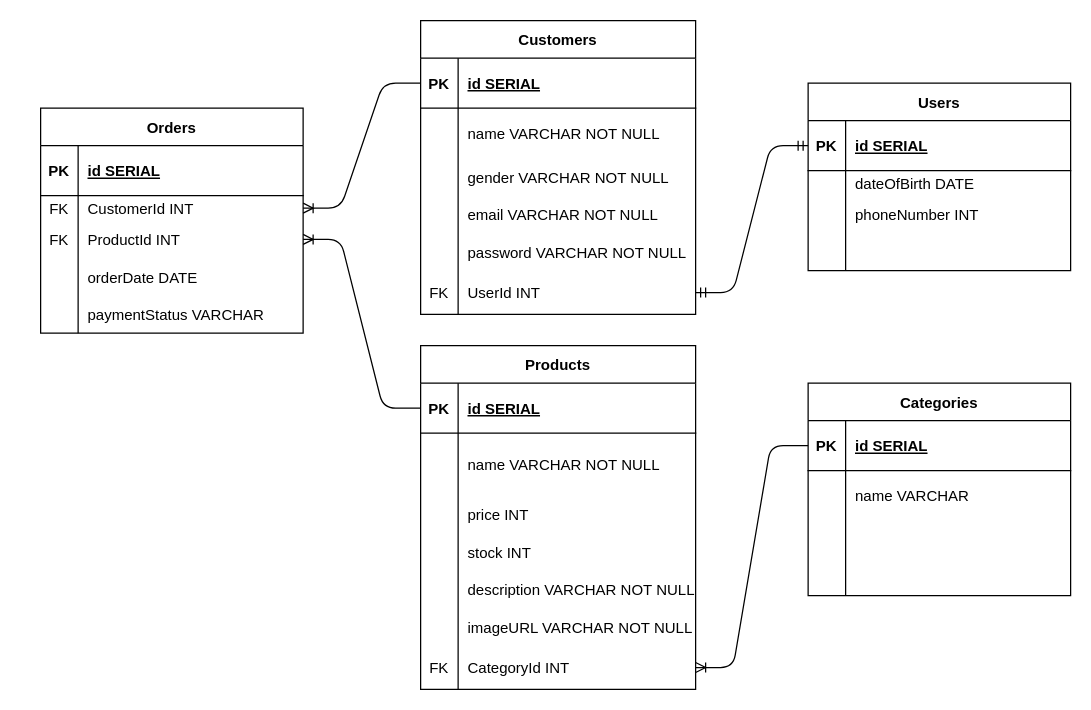
Before: E-Commerce.dio in syabinaaisyah/PairProject_Ecommerce, a draw.io diagram. Source tidied: cells renumbered, new cells numbered last; positions are measured from the earlier drawing's top-left corner, leaving out a move shared by most shapes. Both pictures are drawn from the tidied source at 125%, with x=0, y=0 at pixel (40, 20).
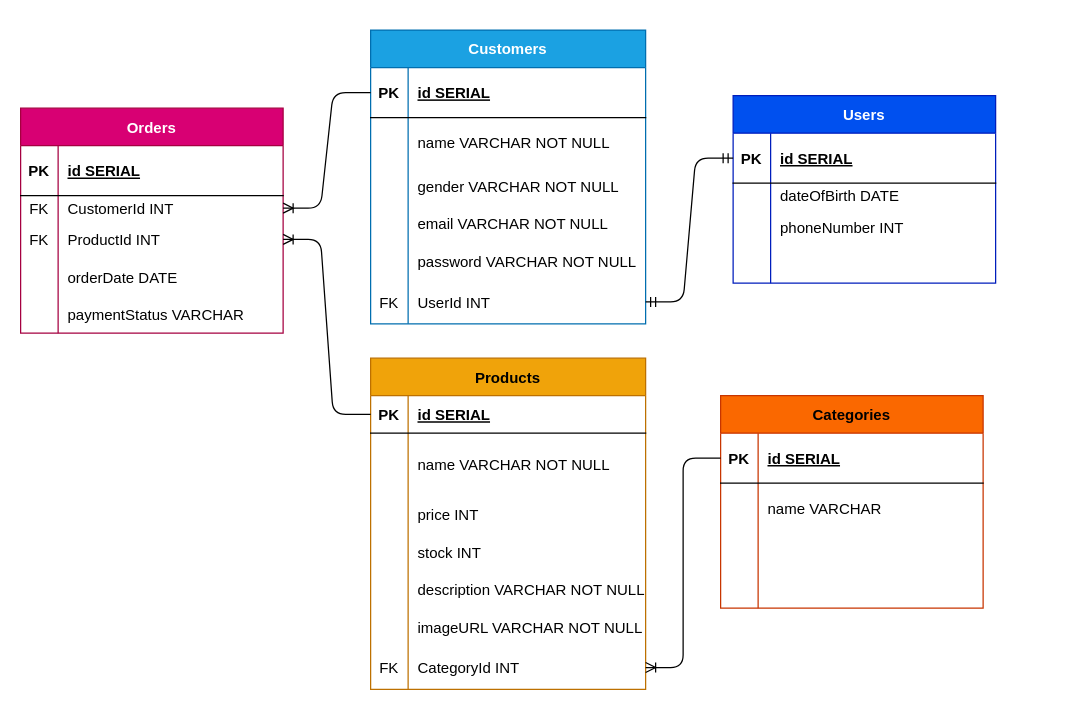
Above is the later version.

Change to the diagram source:
```diff
@@
-    <mxCell id="2" value="Customers" style="shape=table;startSize=30;childLayout=tableLayout;rowLines=0;fontStyle=1;align=center;" parent="1" vertex="1">
-      <mxGeometry x="304" width="220" height="235" as="geometry" />
+    <mxCell id="2" value="Customers" style="shape=table;startSize=30;childLayout=tableLayout;rowLines=0;fontStyle=1;align=center;fillColor=#1ba1e2;fontColor=#ffffff;strokeColor=#006EAF;" parent="1" vertex="1">
+      <mxGeometry x="264" y="7.5" width="220" height="235" as="geometry" />
     </mxCell>
@@
-    <mxCell id="21" value="Orders" style="shape=table;startSize=30;childLayout=tableLayout;rowLines=0;fontStyle=1;align=center;" parent="1" vertex="1">
-      <mxGeometry y="70" width="210" height="180" as="geometry" />
+    <mxCell id="21" value="Orders" style="shape=table;startSize=30;childLayout=tableLayout;rowLines=0;fontStyle=1;align=center;fillColor=#d80073;fontColor=#ffffff;strokeColor=#A50040;" parent="1" vertex="1">
+      <mxGeometry x="-16" y="70" width="210" height="180" as="geometry" />
     </mxCell>
@@
-    <mxCell id="38" value="Products" style="shape=table;startSize=30;childLayout=tableLayout;rowLines=0;fontStyle=1;align=center;" parent="1" vertex="1">
-      <mxGeometry x="304" y="260" width="220" height="275" as="geometry" />
+    <mxCell id="38" value="Products" style="shape=table;startSize=30;childLayout=tableLayout;rowLines=0;fontStyle=1;align=center;fillColor=#f0a30a;fontColor=#000000;strokeColor=#BD7000;" parent="1" vertex="1">
+      <mxGeometry x="264" y="270" width="220" height="265" as="geometry" />
     </mxCell>
     <mxCell id="39" style="shape=tableRow;horizontal=0;startSize=0;swimlaneHead=0;swimlaneBody=0;fillColor=none;points=[[0,0.5],[1,0.5]];portConstraint=eastwest;top=0;left=0;right=0;bottom=1;" parent="38" vertex="1">
-      <mxGeometry y="30" width="220" height="40" as="geometry" />
+      <mxGeometry y="30" width="220" height="30" as="geometry" />
     </mxCell>
     <mxCell id="40" value="PK" style="shape=partialRectangle;fillColor=none;top=0;left=0;bottom=0;right=0;fontStyle=1;overflow=hidden;" parent="39" vertex="1">
-      <mxGeometry width="30" height="40" as="geometry" />
+      <mxGeometry width="30" height="30" as="geometry" />
     </mxCell>
     <mxCell id="41" value="id SERIAL" style="shape=partialRectangle;fillColor=none;top=0;left=0;bottom=0;right=0;align=left;spacingLeft=6;fontStyle=5;overflow=hidden;" parent="39" vertex="1">
-      <mxGeometry x="30" width="190" height="40" as="geometry" />
+      <mxGeometry x="30" width="190" height="30" as="geometry" />
     </mxCell>
     <mxCell id="42" style="shape=tableRow;horizontal=0;startSize=0;swimlaneHead=0;swimlaneBody=0;fillColor=none;top=0;left=0;right=0;bottom=0;" parent="38" vertex="1">
-      <mxGeometry y="70" width="220" height="50" as="geometry" />
+      <mxGeometry y="60" width="220" height="50" as="geometry" />
     </mxCell>
@@
     <mxCell id="45" style="shape=tableRow;horizontal=0;startSize=0;swimlaneHead=0;swimlaneBody=0;fillColor=none;top=0;left=0;right=0;bottom=0;" parent="38" vertex="1">
-      <mxGeometry y="120" width="220" height="30" as="geometry" />
+      <mxGeometry y="110" width="220" height="30" as="geometry" />
     </mxCell>
@@
     <mxCell id="48" style="shape=tableRow;horizontal=0;startSize=0;swimlaneHead=0;swimlaneBody=0;fillColor=none;top=0;left=0;right=0;bottom=0;" parent="38" vertex="1">
-      <mxGeometry y="150" width="220" height="30" as="geometry" />
+      <mxGeometry y="140" width="220" height="30" as="geometry" />
     </mxCell>
@@
     <mxCell id="51" style="shape=tableRow;horizontal=0;startSize=0;swimlaneHead=0;swimlaneBody=0;fillColor=none;top=0;left=0;right=0;bottom=0;" parent="38" vertex="1">
-      <mxGeometry y="180" width="220" height="30" as="geometry" />
+      <mxGeometry y="170" width="220" height="30" as="geometry" />
     </mxCell>
@@
     <mxCell id="54" style="shape=tableRow;horizontal=0;startSize=0;swimlaneHead=0;swimlaneBody=0;fillColor=none;top=0;left=0;right=0;bottom=0;" parent="38" vertex="1">
-      <mxGeometry y="210" width="220" height="30" as="geometry" />
+      <mxGeometry y="200" width="220" height="30" as="geometry" />
     </mxCell>
@@
     <mxCell id="57" style="shape=tableRow;horizontal=0;startSize=0;swimlaneHead=0;swimlaneBody=0;fillColor=none;points=[[0,0.5],[1,0.5]];portConstraint=eastwest;top=0;left=0;right=0;bottom=0;" parent="38" vertex="1">
-      <mxGeometry y="240" width="220" height="35" as="geometry" />
+      <mxGeometry y="230" width="220" height="35" as="geometry" />
     </mxCell>
@@
-    <mxCell id="61" value="Users" style="shape=table;startSize=30;childLayout=tableLayout;rowLines=0;fontStyle=1;align=center;" parent="1" vertex="1">
-      <mxGeometry x="614" y="50" width="210" height="150" as="geometry" />
+    <mxCell id="61" value="Users" style="shape=table;startSize=30;childLayout=tableLayout;rowLines=0;fontStyle=1;align=center;fillColor=#0050ef;fontColor=#ffffff;strokeColor=#001DBC;" parent="1" vertex="1">
+      <mxGeometry x="554" y="60" width="210" height="150" as="geometry" />
     </mxCell>
@@
-    <mxCell id="75" value="Categories" style="shape=table;startSize=30;childLayout=tableLayout;rowLines=0;fontStyle=1;align=center;" parent="1" vertex="1">
-      <mxGeometry x="614" y="290" width="210" height="170" as="geometry" />
+    <mxCell id="75" value="Categories" style="shape=table;startSize=30;childLayout=tableLayout;rowLines=0;fontStyle=1;align=center;fillColor=#fa6800;strokeColor=#C73500;fontColor=#000000;" parent="1" vertex="1">
+      <mxGeometry x="544" y="300" width="210" height="170" as="geometry" />
     </mxCell>
```
